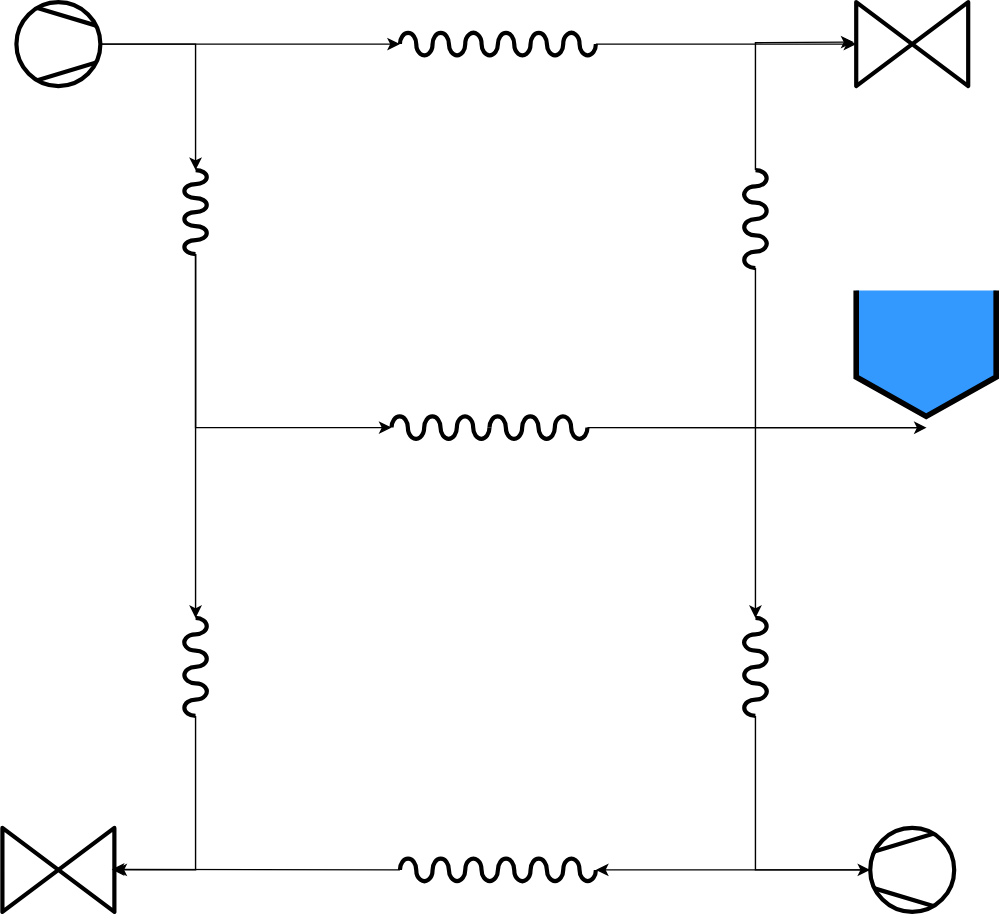
Before: Graphics/WDNmodel.svg, a diagram exported from draw.io (CA7Gang/CA7_Writings_SciPaper). Source tidied: cells renumbered, new cells last; positions are measured from the earlier drawing's top-left corner, leaving out a move shared by most shapes.
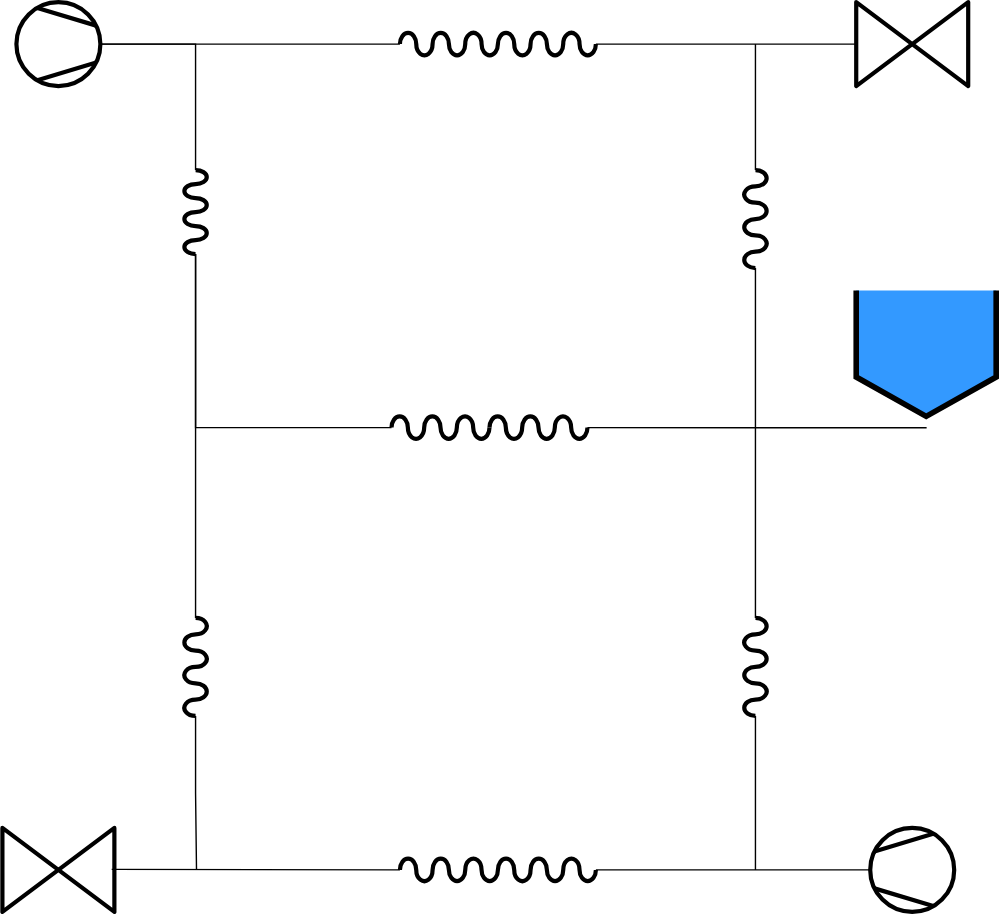
Later version of the same file.

Change to the diagram source:
```diff
@@ -2,7 +2,7 @@
   <root>
     <mxCell id="0" />
     <mxCell id="1" parent="0" />
-    <mxCell id="2" style="edgeStyle=orthogonalEdgeStyle;rounded=0;jettySize=auto;html=1;exitX=1;exitY=0.5;exitDx=0;exitDy=0;exitPerimeter=0;entryX=1;entryY=0.5;entryDx=0;entryDy=0;entryPerimeter=0;" parent="1" edge="1" source="3" target="12">
+    <mxCell id="2" style="edgeStyle=orthogonalEdgeStyle;rounded=0;jettySize=auto;html=1;exitX=1;exitY=0.5;exitDx=0;exitDy=0;exitPerimeter=0;entryX=1;entryY=0.5;entryDx=0;entryDy=0;entryPerimeter=0;endArrow=none;endFill=0;" parent="1" edge="1" source="3" target="12">
       <mxGeometry relative="1" as="geometry" />
     </mxCell>
     <mxCell id="3" style="shape=mxgraph.pid.compressors_-_iso.compressor,_vacuum_pump;html=1;align=center;verticalLabelPosition=bottom;verticalAlign=top;dashed=0;direction=west;strokeWidth=3;" parent="1" vertex="1">
@@ -11,7 +11,7 @@
     <mxCell id="4" style="verticalLabelPosition=bottom;align=center;html=1;verticalAlign=top;dashed=0;shape=mxgraph.pid2valves.valve;valveType=gate;strokeWidth=3;" parent="1" vertex="1">
       <mxGeometry y="590" width="80" height="60" as="geometry" />
     </mxCell>
-    <mxCell id="5" style="edgeStyle=orthogonalEdgeStyle;rounded=0;jettySize=auto;html=1;exitX=1;exitY=0.5;exitDx=0;exitDy=0;exitPerimeter=0;entryX=0;entryY=0.5;entryDx=0;entryDy=0;entryPerimeter=0;" parent="1" edge="1" source="7" target="13">
+    <mxCell id="5" style="edgeStyle=orthogonalEdgeStyle;rounded=0;jettySize=auto;html=1;exitX=1;exitY=0.5;exitDx=0;exitDy=0;exitPerimeter=0;entryX=0;entryY=0.5;entryDx=0;entryDy=0;entryPerimeter=0;endArrow=none;endFill=0;" parent="1" edge="1" source="7" target="13">
       <mxGeometry relative="1" as="geometry">
         <Array as="points">
           <mxPoint x="150" y="30" />
@@ -19,7 +19,7 @@
         </Array>
       </mxGeometry>
     </mxCell>
-    <mxCell id="6" style="edgeStyle=none;rounded=0;jettySize=auto;html=1;entryX=0;entryY=0.5;entryDx=0;entryDy=0;entryPerimeter=0;exitX=1;exitY=0.5;exitDx=0;exitDy=0;exitPerimeter=0;" parent="1" edge="1" source="7" target="28">
+    <mxCell id="6" style="edgeStyle=none;rounded=0;jettySize=auto;html=1;entryX=0;entryY=0.5;entryDx=0;entryDy=0;entryPerimeter=0;exitX=1;exitY=0.5;exitDx=0;exitDy=0;exitPerimeter=0;endArrow=none;endFill=0;" parent="1" edge="1" source="7" target="28">
       <mxGeometry relative="1" as="geometry">
         <Array as="points">
           <mxPoint x="138" y="30" />
@@ -35,7 +35,7 @@
     <mxCell id="9" style="shape=mxgraph.pid.vessels.settling_tank;html=1;align=center;verticalLabelPosition=bottom;verticalAlign=top;dashed=0;fillColor=#3399FF;strokeWidth=4;" parent="1" vertex="1">
       <mxGeometry x="610" y="206" width="100" height="90" as="geometry" />
     </mxCell>
-    <mxCell id="10" style="edgeStyle=none;rounded=0;jettySize=auto;html=1;exitX=0;exitY=0.5;exitDx=0;exitDy=0;exitPerimeter=0;entryX=0.976;entryY=0.494;entryDx=0;entryDy=0;entryPerimeter=0;" parent="1" edge="1" source="11" target="4">
+    <mxCell id="10" style="edgeStyle=none;rounded=0;jettySize=auto;html=1;exitX=0;exitY=0.5;exitDx=0;exitDy=0;exitPerimeter=0;entryX=0.976;entryY=0.494;entryDx=0;entryDy=0;entryPerimeter=0;endArrow=none;endFill=0;" parent="1" edge="1" source="11" target="4">
       <mxGeometry relative="1" as="geometry" />
     </mxCell>
     <mxCell id="11" style="verticalLabelPosition=bottom;outlineConnect=0;align=center;dashed=0;html=1;verticalAlign=top;shape=mxgraph.pid.misc.flexible_pipe;strokeWidth=3;fillColor=#3399FF;" parent="1" vertex="1">
@@ -47,58 +47,52 @@
     <mxCell id="13" style="verticalLabelPosition=bottom;outlineConnect=0;align=center;dashed=0;html=1;verticalAlign=top;shape=mxgraph.pid.misc.flexible_pipe;strokeWidth=3;fillColor=#3399FF;" parent="1" vertex="1">
       <mxGeometry x="284" y="22" width="70" height="16" as="geometry" />
     </mxCell>
-    <mxCell id="14" style="edgeStyle=orthogonalEdgeStyle;rounded=0;jettySize=auto;html=1;exitX=1;exitY=0.5;exitDx=0;exitDy=0;exitPerimeter=0;" parent="1" edge="1" source="15" target="8">
+    <mxCell id="14" style="edgeStyle=orthogonalEdgeStyle;rounded=0;jettySize=auto;html=1;exitX=1;exitY=0.5;exitDx=0;exitDy=0;exitPerimeter=0;endArrow=none;endFill=0;" parent="1" edge="1" source="15" target="8">
       <mxGeometry relative="1" as="geometry" />
     </mxCell>
     <mxCell id="15" style="verticalLabelPosition=bottom;outlineConnect=0;align=center;dashed=0;html=1;verticalAlign=top;shape=mxgraph.pid.misc.flexible_pipe;strokeWidth=3;fillColor=#3399FF;" parent="1" vertex="1">
       <mxGeometry x="354" y="22" width="70" height="16" as="geometry" />
     </mxCell>
-    <mxCell id="16" style="edgeStyle=none;rounded=0;jettySize=auto;html=1;exitX=1;exitY=0.5;exitDx=0;exitDy=0;exitPerimeter=0;entryX=1;entryY=0.5;entryDx=0;entryDy=0;entryPerimeter=0;" parent="1" edge="1" source="17" target="4">
-      <mxGeometry relative="1" as="geometry">
-        <Array as="points">
-          <mxPoint x="138" y="620" />
-        </Array>
-      </mxGeometry>
-    </mxCell>
+    <mxCell id="29" style="edgeStyle=orthogonalEdgeStyle;rounded=0;jettySize=auto;html=1;exitX=1;exitY=0.5;exitDx=0;exitDy=0;exitPerimeter=0;endArrow=none;endFill=0;" parent="1" edge="1" source="17">
+      <mxGeometry relative="1" as="geometry">
+        <mxPoint x="138.7" y="620" as="targetPoint" />
+      </mxGeometry>
+    </mxCell>
     <mxCell id="17" style="verticalLabelPosition=bottom;outlineConnect=0;align=center;dashed=0;html=1;verticalAlign=top;shape=mxgraph.pid.misc.flexible_pipe;strokeWidth=3;fillColor=#3399FF;direction=south;" parent="1" vertex="1">
       <mxGeometry x="130" y="440" width="16" height="70" as="geometry" />
     </mxCell>
-    <mxCell id="18" style="edgeStyle=none;rounded=0;jettySize=auto;html=1;exitX=1;exitY=0.5;exitDx=0;exitDy=0;exitPerimeter=0;entryX=1;entryY=0.5;entryDx=0;entryDy=0;entryPerimeter=0;" parent="1" edge="1" source="19" target="3">
-      <mxGeometry relative="1" as="geometry">
-        <Array as="points">
-          <mxPoint x="538" y="620" />
-        </Array>
-      </mxGeometry>
-    </mxCell>
+    <mxCell id="30" style="edgeStyle=orthogonalEdgeStyle;rounded=0;jettySize=auto;html=1;exitX=1;exitY=0.5;exitDx=0;exitDy=0;exitPerimeter=0;endArrow=none;endFill=0;" parent="1" edge="1" source="19">
+      <mxGeometry relative="1" as="geometry">
+        <mxPoint x="538" y="620" as="targetPoint" />
+      </mxGeometry>
+    </mxCell>
     <mxCell id="19" style="verticalLabelPosition=bottom;outlineConnect=0;align=center;dashed=0;html=1;verticalAlign=top;shape=mxgraph.pid.misc.flexible_pipe;strokeWidth=3;fillColor=#3399FF;direction=south;" parent="1" vertex="1">
       <mxGeometry x="530" y="440" width="16" height="70" as="geometry" />
     </mxCell>
     <mxCell id="20" style="verticalLabelPosition=bottom;outlineConnect=0;align=center;dashed=0;html=1;verticalAlign=top;shape=mxgraph.pid.misc.flexible_pipe;strokeWidth=3;fillColor=#3399FF;direction=west;" parent="1" vertex="1">
       <mxGeometry x="278" y="296" width="70" height="16" as="geometry" />
     </mxCell>
-    <mxCell id="21" style="edgeStyle=none;rounded=0;jettySize=auto;html=1;exitX=0;exitY=0.5;exitDx=0;exitDy=0;exitPerimeter=0;entryX=0.503;entryY=1.09;entryDx=0;entryDy=0;entryPerimeter=0;" parent="1" edge="1" source="22" target="9">
+    <mxCell id="21" style="edgeStyle=none;rounded=0;jettySize=auto;html=1;exitX=0;exitY=0.5;exitDx=0;exitDy=0;exitPerimeter=0;entryX=0.503;entryY=1.09;entryDx=0;entryDy=0;entryPerimeter=0;endArrow=none;endFill=0;" parent="1" edge="1" source="22" target="9">
       <mxGeometry relative="1" as="geometry" />
     </mxCell>
     <mxCell id="22" style="verticalLabelPosition=bottom;outlineConnect=0;align=center;dashed=0;html=1;verticalAlign=top;shape=mxgraph.pid.misc.flexible_pipe;strokeWidth=3;fillColor=#3399FF;direction=west;" parent="1" vertex="1">
       <mxGeometry x="348" y="296" width="70" height="16" as="geometry" />
     </mxCell>
-    <mxCell id="23" style="edgeStyle=none;rounded=0;jettySize=auto;html=1;exitX=1;exitY=0.5;exitDx=0;exitDy=0;exitPerimeter=0;entryX=0;entryY=0.5;entryDx=0;entryDy=0;entryPerimeter=0;" parent="1" edge="1" source="25" target="19">
+    <mxCell id="23" style="edgeStyle=none;rounded=0;jettySize=auto;html=1;exitX=1;exitY=0.5;exitDx=0;exitDy=0;exitPerimeter=0;entryX=0;entryY=0.5;entryDx=0;entryDy=0;entryPerimeter=0;endArrow=none;endFill=0;" parent="1" edge="1" source="25" target="19">
       <mxGeometry relative="1" as="geometry" />
     </mxCell>
-    <mxCell id="24" style="edgeStyle=none;rounded=0;jettySize=auto;html=1;exitX=0;exitY=0.5;exitDx=0;exitDy=0;exitPerimeter=0;entryX=-0.024;entryY=0.476;entryDx=0;entryDy=0;entryPerimeter=0;" parent="1" edge="1" source="25" target="8">
-      <mxGeometry relative="1" as="geometry">
-        <Array as="points">
-          <mxPoint x="538" y="29" />
-        </Array>
-      </mxGeometry>
-    </mxCell>
+    <mxCell id="31" style="edgeStyle=orthogonalEdgeStyle;rounded=0;jettySize=auto;html=1;exitX=0;exitY=0.5;exitDx=0;exitDy=0;exitPerimeter=0;endArrow=none;endFill=0;" parent="1" edge="1" source="25">
+      <mxGeometry relative="1" as="geometry">
+        <mxPoint x="538" y="30" as="targetPoint" />
+      </mxGeometry>
+    </mxCell>
     <mxCell id="25" style="verticalLabelPosition=bottom;outlineConnect=0;align=center;dashed=0;html=1;verticalAlign=top;shape=mxgraph.pid.misc.flexible_pipe;strokeWidth=3;fillColor=#3399FF;direction=south;" parent="1" vertex="1">
       <mxGeometry x="530" y="120" width="16" height="70" as="geometry" />
     </mxCell>
-    <mxCell id="26" style="edgeStyle=none;rounded=0;jettySize=auto;html=1;exitX=1;exitY=0.5;exitDx=0;exitDy=0;exitPerimeter=0;entryX=0;entryY=0.5;entryDx=0;entryDy=0;entryPerimeter=0;" parent="1" edge="1" source="28" target="17">
+    <mxCell id="26" style="edgeStyle=none;rounded=0;jettySize=auto;html=1;exitX=1;exitY=0.5;exitDx=0;exitDy=0;exitPerimeter=0;entryX=0;entryY=0.5;entryDx=0;entryDy=0;entryPerimeter=0;endArrow=none;endFill=0;" parent="1" edge="1" source="28" target="17">
       <mxGeometry relative="1" as="geometry" />
     </mxCell>
-    <mxCell id="27" style="edgeStyle=none;rounded=0;jettySize=auto;html=1;exitX=1;exitY=0.5;exitDx=0;exitDy=0;exitPerimeter=0;entryX=1;entryY=0.5;entryDx=0;entryDy=0;entryPerimeter=0;" parent="1" edge="1" source="28" target="20">
+    <mxCell id="27" style="edgeStyle=none;rounded=0;jettySize=auto;html=1;exitX=1;exitY=0.5;exitDx=0;exitDy=0;exitPerimeter=0;entryX=1;entryY=0.5;entryDx=0;entryDy=0;entryPerimeter=0;endArrow=none;endFill=0;" parent="1" edge="1" source="28" target="20">
       <mxGeometry relative="1" as="geometry">
         <Array as="points">
           <mxPoint x="138" y="304" />
```
